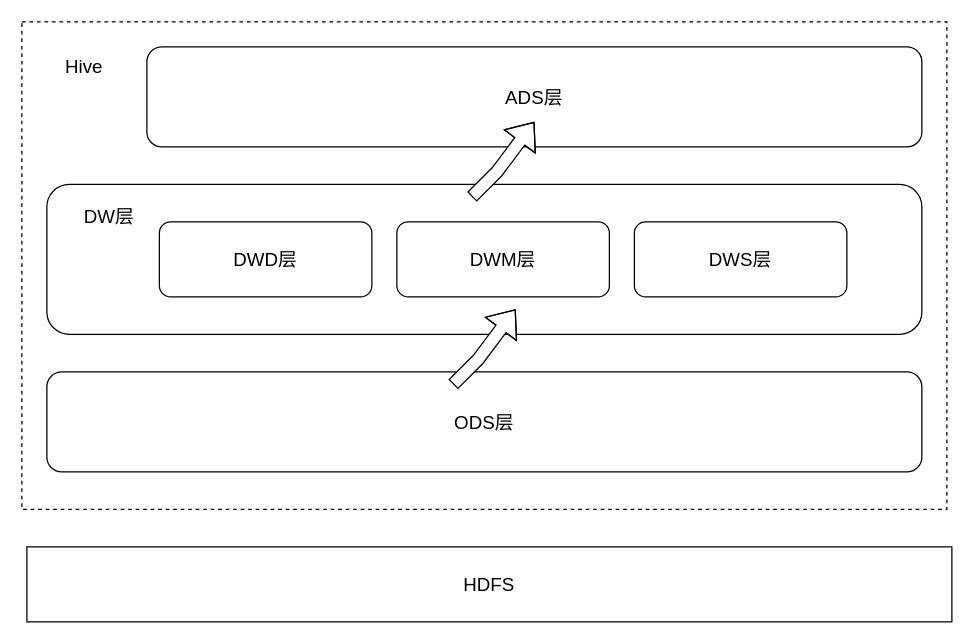
Above: page "数仓架构" (2 of 4) of img/毕业设计.drawio in JustinMa972/ImageHosting (draw.io), before the change. Source tidied: cells renumbered, new cells numbered last; positions are measured from the earlier drawing's top-left corner, leaving out a move shared by most shapes. Both pictures are drawn from the tidied source at 125%, with x=0, y=0 at pixel (21, 21).
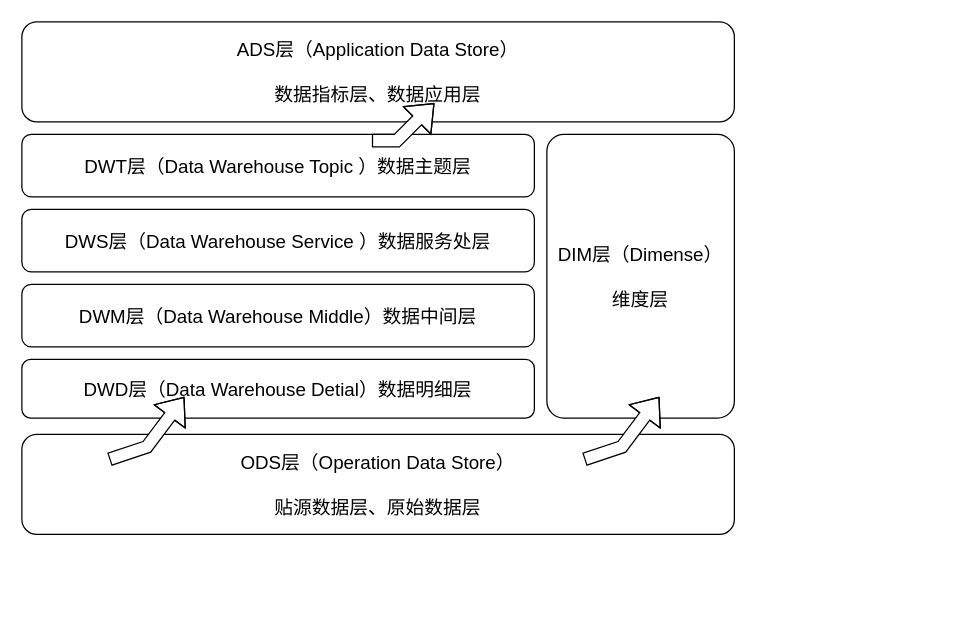
The same page after the edit.

The edit, as a diff of the source:
```diff
@@
 <mxGraphModel>
   <root>
     <mxCell id="0" />
     <mxCell id="1" parent="0" />
-    <mxCell id="2" value="&lt;font style=&quot;font-size: 15px&quot;&gt;HDFS&lt;/font&gt;" style="rounded=0;whiteSpace=wrap;html=1;" parent="1" vertex="1">
-      <mxGeometry x="4" y="420" width="740" height="60" as="geometry" />
-    </mxCell>
-    <mxCell id="3" style="rounded=0;whiteSpace=wrap;html=1;dashed=1;" parent="1" vertex="1">
-      <mxGeometry width="740" height="390" as="geometry" />
-    </mxCell>
-    <mxCell id="4" value="Hive" style="text;html=1;strokeColor=none;fillColor=none;align=center;verticalAlign=middle;whiteSpace=wrap;rounded=0;dashed=1;fontSize=15;" parent="1" vertex="1">
-      <mxGeometry x="20" y="20" width="60" height="30" as="geometry" />
-    </mxCell>
-    <mxCell id="5" value="ODS层" style="rounded=1;whiteSpace=wrap;html=1;fontSize=15;" parent="1" vertex="1">
-      <mxGeometry x="20" y="280" width="700" height="80" as="geometry" />
+    <mxCell id="5" value="ODS层（Operation Data Store）&lt;br&gt;&lt;br&gt;贴源数据层、原始数据层" style="rounded=1;whiteSpace=wrap;html=1;fontSize=15;" parent="1" vertex="1">
+      <mxGeometry y="330" width="570" height="80" as="geometry" />
     </mxCell>
-    <mxCell id="6" style="rounded=1;whiteSpace=wrap;html=1;fontSize=15;" parent="1" vertex="1">
-      <mxGeometry x="20" y="130" width="700" height="120" as="geometry" />
-    </mxCell>
-    <mxCell id="7" value="DW层" style="text;html=1;strokeColor=none;fillColor=none;align=center;verticalAlign=middle;whiteSpace=wrap;rounded=0;fontSize=15;" parent="1" vertex="1">
-      <mxGeometry x="40" y="140" width="60" height="30" as="geometry" />
-    </mxCell>
-    <mxCell id="8" value="DWD层" style="rounded=1;whiteSpace=wrap;html=1;fontSize=15;" parent="1" vertex="1">
-      <mxGeometry x="110" y="160" width="170" height="60" as="geometry" />
+    <mxCell id="8" value="DWM层（Data Warehouse Middle）数据中间层" style="rounded=1;whiteSpace=wrap;html=1;fontSize=15;" parent="1" vertex="1">
+      <mxGeometry y="210" width="410" height="50" as="geometry" />
     </mxCell>
-    <mxCell id="9" value="DWM层" style="rounded=1;whiteSpace=wrap;html=1;fontSize=15;" parent="1" vertex="1">
-      <mxGeometry x="300" y="160" width="170" height="60" as="geometry" />
+    <mxCell id="9" value="DWD层（Data Warehouse Detial）数据明细层&lt;br&gt;" style="rounded=1;whiteSpace=wrap;html=1;fontSize=15;" parent="1" vertex="1">
+      <mxGeometry y="270" width="410" height="47" as="geometry" />
     </mxCell>
-    <mxCell id="10" value="DWS层" style="rounded=1;whiteSpace=wrap;html=1;fontSize=15;" parent="1" vertex="1">
-      <mxGeometry x="490" y="160" width="170" height="60" as="geometry" />
+    <mxCell id="10" value="DIM层（Dimense）&lt;br&gt;&lt;br&gt;维度层" style="rounded=1;whiteSpace=wrap;html=1;fontSize=15;arcSize=9;" parent="1" vertex="1">
+      <mxGeometry x="420" y="90" width="150" height="227" as="geometry" />
     </mxCell>
-    <mxCell id="11" value="ADS层" style="rounded=1;whiteSpace=wrap;html=1;fontSize=15;" parent="1" vertex="1">
-      <mxGeometry x="100" y="20" width="620" height="80" as="geometry" />
+    <mxCell id="11" value="ADS层（Application Data Store）&lt;br&gt;&lt;br&gt;数据指标层、数据应用层" style="rounded=1;whiteSpace=wrap;html=1;fontSize=15;" parent="1" vertex="1">
+      <mxGeometry width="570" height="80" as="geometry" />
     </mxCell>
     <mxCell id="12" style="shape=flexArrow;endArrow=classic;html=1;rounded=0;fontSize=15;fillColor=#FFFFFF;" parent="1" edge="1">
       <mxGeometry relative="1" as="geometry">
-        <mxPoint x="360" y="140" as="sourcePoint" />
-        <mxPoint x="410" y="80" as="targetPoint" />
+        <mxPoint x="70" y="350" as="sourcePoint" />
+        <mxPoint x="130" y="300" as="targetPoint" />
         <Array as="points">
-          <mxPoint x="380" y="120" />
+          <mxPoint x="100" y="340" />
         </Array>
       </mxGeometry>
     </mxCell>
     <mxCell id="13" style="shape=flexArrow;endArrow=classic;html=1;rounded=0;fontSize=15;fillColor=#FFFFFF;" parent="1" edge="1">
       <mxGeometry relative="1" as="geometry">
-        <mxPoint x="345" y="290" as="sourcePoint" />
-        <mxPoint x="395" y="230" as="targetPoint" />
+        <mxPoint x="450" y="350" as="sourcePoint" />
+        <mxPoint x="510" y="300" as="targetPoint" />
         <Array as="points">
-          <mxPoint x="365" y="270" />
+          <mxPoint x="480" y="340" />
         </Array>
       </mxGeometry>
     </mxCell>
+    <mxCell id="14" value="DWS层（Data Warehouse Service ）数据服务处层" style="rounded=1;whiteSpace=wrap;html=1;fontSize=15;" parent="1" vertex="1">
+      <mxGeometry y="150" width="410" height="50" as="geometry" />
+    </mxCell>
+    <mxCell id="15" value="DWT层（Data Warehouse Topic ）数据主题层" style="rounded=1;whiteSpace=wrap;html=1;fontSize=15;" parent="1" vertex="1">
+      <mxGeometry y="90" width="410" height="50" as="geometry" />
+    </mxCell>
+    <mxCell id="16" style="shape=flexArrow;endArrow=classic;html=1;rounded=0;fontSize=15;fillColor=#FFFFFF;" parent="1" edge="1">
+      <mxGeometry relative="1" as="geometry">
+        <mxPoint x="280" y="95" as="sourcePoint" />
+        <mxPoint x="330" y="65" as="targetPoint" />
+        <Array as="points">
+          <mxPoint x="300" y="95" />
+        </Array>
+      </mxGeometry>
+    </mxCell>
   </root>
 </mxGraphModel>
```
